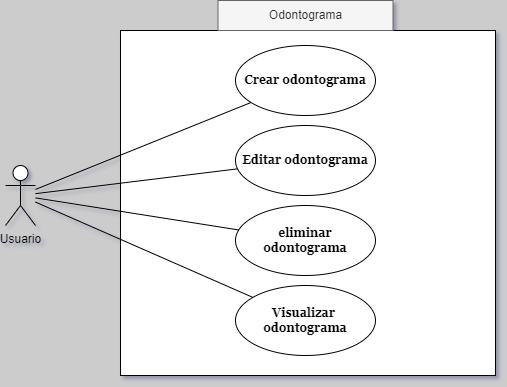
Earlier version of the draw.io export CU007_Odontograma.png (CH3MOO/SpecialityX). Source tidied: cells renumbered, new cells last; positions are measured from the earlier drawing's top-left corner, leaving out a move shared by most shapes. The source it was exported from:
```xml
<mxGraphModel background="#CCCCCC" shadow="1">
  <root>
    <mxCell id="0" />
    <mxCell id="1" parent="0" />
    <mxCell id="2" style="rounded=0;whiteSpace=wrap;html=1;" parent="1" vertex="1">
      <mxGeometry x="115" y="30" width="375" height="345" as="geometry" />
    </mxCell>
    <mxCell id="3" value="Usuario" style="shape=umlActor;verticalLabelPosition=bottom;verticalAlign=top;html=1;" parent="1" vertex="1">
      <mxGeometry y="165" width="30" height="60" as="geometry" />
    </mxCell>
    <mxCell id="4" value="Crear odontograma" style="ellipse;whiteSpace=wrap;html=1;fontFamily=Georgia;fontStyle=1;" parent="1" vertex="1">
      <mxGeometry x="230" y="45" width="140" height="70" as="geometry" />
    </mxCell>
    <mxCell id="5" style="endArrow=none;html=1;rounded=0;" parent="1" edge="1" source="3" target="4">
      <mxGeometry relative="1" as="geometry" />
    </mxCell>
    <mxCell id="6" value="Odontograma" style="text;html=1;align=center;verticalAlign=middle;whiteSpace=wrap;rounded=0;fillColor=#f5f5f5;strokeColor=#666666;fontColor=#333333;" parent="1" vertex="1">
      <mxGeometry x="212.5" width="175" height="30" as="geometry" />
    </mxCell>
    <mxCell id="7" value="eliminar odontograma" style="ellipse;whiteSpace=wrap;html=1;fontFamily=Georgia;fontStyle=1;" parent="1" vertex="1">
      <mxGeometry x="230" y="205" width="140" height="70" as="geometry" />
    </mxCell>
    <mxCell id="8" value="Visualizar&amp;nbsp; odontograma" style="ellipse;whiteSpace=wrap;html=1;fontFamily=Georgia;fontStyle=1;" parent="1" vertex="1">
      <mxGeometry x="230" y="285" width="140" height="70" as="geometry" />
    </mxCell>
    <mxCell id="9" value="Editar odontograma" style="ellipse;whiteSpace=wrap;html=1;fontFamily=Georgia;fontStyle=1;" parent="1" vertex="1">
      <mxGeometry x="230" y="125" width="140" height="70" as="geometry" />
    </mxCell>
    <mxCell id="10" style="endArrow=none;html=1;rounded=0;" parent="1" edge="1" source="3" target="9">
      <mxGeometry relative="1" as="geometry" />
    </mxCell>
    <mxCell id="11" style="endArrow=none;html=1;rounded=0;" parent="1" edge="1" source="3" target="7">
      <mxGeometry relative="1" as="geometry" />
    </mxCell>
    <mxCell id="12" style="endArrow=none;html=1;rounded=0;" parent="1" edge="1" source="3" target="8">
      <mxGeometry relative="1" as="geometry" />
    </mxCell>
  </root>
</mxGraphModel>
```
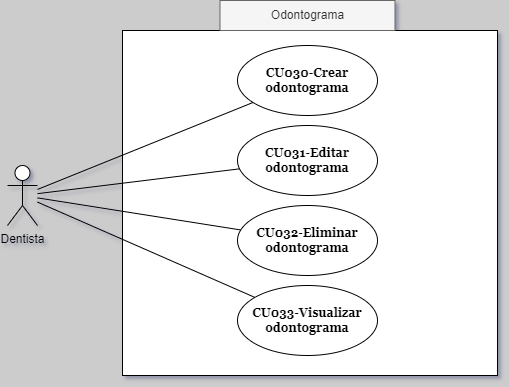
The same diagram one commit later.

The edit, as a diff of the source:
```diff
@@ -5,10 +5,10 @@
     <mxCell id="2" style="rounded=0;whiteSpace=wrap;html=1;" parent="1" vertex="1">
       <mxGeometry x="115" y="30" width="375" height="345" as="geometry" />
     </mxCell>
-    <mxCell id="3" value="Usuario" style="shape=umlActor;verticalLabelPosition=bottom;verticalAlign=top;html=1;" parent="1" vertex="1">
+    <mxCell id="3" value="Dentista" style="shape=umlActor;verticalLabelPosition=bottom;verticalAlign=top;html=1;" parent="1" vertex="1">
       <mxGeometry y="165" width="30" height="60" as="geometry" />
     </mxCell>
-    <mxCell id="4" value="Crear odontograma" style="ellipse;whiteSpace=wrap;html=1;fontFamily=Georgia;fontStyle=1;" parent="1" vertex="1">
+    <mxCell id="4" value="CU030-Crear odontograma" style="ellipse;whiteSpace=wrap;html=1;fontFamily=Georgia;fontStyle=1;" parent="1" vertex="1">
       <mxGeometry x="230" y="45" width="140" height="70" as="geometry" />
     </mxCell>
     <mxCell id="5" style="endArrow=none;html=1;rounded=0;" parent="1" edge="1" source="3" target="4">
@@ -17,13 +17,13 @@
     <mxCell id="6" value="Odontograma" style="text;html=1;align=center;verticalAlign=middle;whiteSpace=wrap;rounded=0;fillColor=#f5f5f5;strokeColor=#666666;fontColor=#333333;" parent="1" vertex="1">
       <mxGeometry x="212.5" width="175" height="30" as="geometry" />
     </mxCell>
-    <mxCell id="7" value="eliminar odontograma" style="ellipse;whiteSpace=wrap;html=1;fontFamily=Georgia;fontStyle=1;" parent="1" vertex="1">
+    <mxCell id="7" value="CU032-Eliminar odontograma" style="ellipse;whiteSpace=wrap;html=1;fontFamily=Georgia;fontStyle=1;" parent="1" vertex="1">
       <mxGeometry x="230" y="205" width="140" height="70" as="geometry" />
     </mxCell>
-    <mxCell id="8" value="Visualizar&amp;nbsp; odontograma" style="ellipse;whiteSpace=wrap;html=1;fontFamily=Georgia;fontStyle=1;" parent="1" vertex="1">
+    <mxCell id="8" value="CU033-Visualizar odontograma" style="ellipse;whiteSpace=wrap;html=1;fontFamily=Georgia;fontStyle=1;" parent="1" vertex="1">
       <mxGeometry x="230" y="285" width="140" height="70" as="geometry" />
     </mxCell>
-    <mxCell id="9" value="Editar odontograma" style="ellipse;whiteSpace=wrap;html=1;fontFamily=Georgia;fontStyle=1;" parent="1" vertex="1">
+    <mxCell id="9" value="CU031-Editar odontograma" style="ellipse;whiteSpace=wrap;html=1;fontFamily=Georgia;fontStyle=1;" parent="1" vertex="1">
       <mxGeometry x="230" y="125" width="140" height="70" as="geometry" />
     </mxCell>
     <mxCell id="10" style="endArrow=none;html=1;rounded=0;" parent="1" edge="1" source="3" target="9">
```
